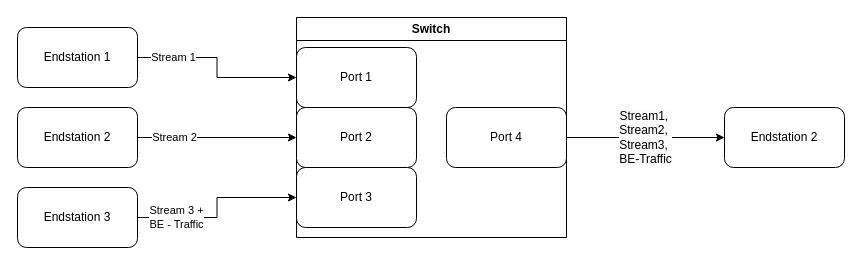
The draw.io diagram static/images/traffic-shaping-routing.drawio in avb-academy/avb_academy, before the edit. Source tidied: cells renumbered, new cells numbered last; positions are measured from the earlier drawing's top-left corner, leaving out a move shared by most shapes. Both pictures are drawn from the tidied source at 100%, with x=0, y=0 at pixel (17, 17).
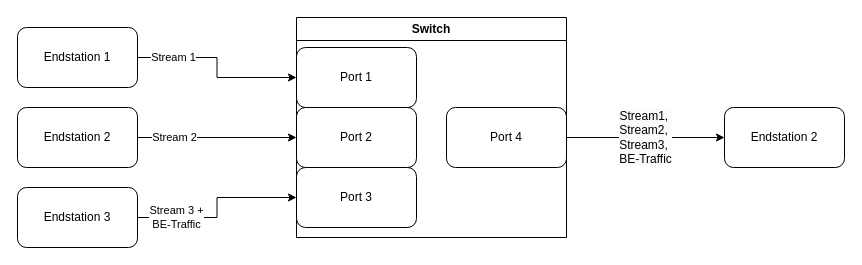
The same diagram, later.

The edit, as a diff of the source:
```diff
@@
 <mxGraphModel>
   <root>
     <mxCell id="0" />
     <mxCell id="1" parent="0" />
     <mxCell id="2" value="Stream 1" style="edgeStyle=orthogonalEdgeStyle;rounded=0;jettySize=auto;html=1;exitX=1;exitY=0.5;exitDx=0;exitDy=0;entryX=0;entryY=0.5;entryDx=0;entryDy=0;" parent="1" edge="1" source="3" target="9">
       <mxGeometry x="-0.6" relative="1" as="geometry" />
     </mxCell>
     <mxCell id="3" value="Endstation 1" style="rounded=1;whiteSpace=wrap;html=1;" parent="1" vertex="1">
       <mxGeometry y="10" width="120" height="60" as="geometry" />
     </mxCell>
     <mxCell id="4" value="Stream 2" style="edgeStyle=orthogonalEdgeStyle;rounded=0;jettySize=auto;html=1;exitX=1;exitY=0.5;exitDx=0;exitDy=0;" parent="1" edge="1" source="5" target="10">
       <mxGeometry x="-0.53" relative="1" as="geometry" />
     </mxCell>
     <mxCell id="5" value="Endstation 2" style="rounded=1;whiteSpace=wrap;html=1;" parent="1" vertex="1">
       <mxGeometry y="90" width="120" height="60" as="geometry" />
     </mxCell>
-    <mxCell id="6" value="Stream 3 +&lt;br&gt;&lt;div&gt;BE - Traffic&lt;/div&gt;" style="edgeStyle=orthogonalEdgeStyle;rounded=0;jettySize=auto;html=1;exitX=1;exitY=0.5;exitDx=0;exitDy=0;entryX=0;entryY=0.5;entryDx=0;entryDy=0;" parent="1" edge="1" source="7" target="11">
+    <mxCell id="6" value="Stream 3 +&lt;br&gt;&lt;div&gt;BE-Traffic&lt;/div&gt;" style="edgeStyle=orthogonalEdgeStyle;rounded=0;jettySize=auto;html=1;exitX=1;exitY=0.5;exitDx=0;exitDy=0;entryX=0;entryY=0.5;entryDx=0;entryDy=0;" parent="1" edge="1" source="7" target="11">
       <mxGeometry x="-0.56" relative="1" as="geometry" />
     </mxCell>
     <mxCell id="7" value="Endstation 3" style="rounded=1;whiteSpace=wrap;html=1;" parent="1" vertex="1">
       <mxGeometry y="170" width="120" height="60" as="geometry" />
     </mxCell>
     <mxCell id="8" value="Switch" style="swimlane;whiteSpace=wrap;html=1;" parent="1" vertex="1">
       <mxGeometry x="279" width="270" height="220" as="geometry" />
     </mxCell>
     <mxCell id="9" value="Port 1" style="rounded=1;whiteSpace=wrap;html=1;" parent="8" vertex="1">
       <mxGeometry y="30" width="120" height="60" as="geometry" />
     </mxCell>
     <mxCell id="10" value="Port 2" style="rounded=1;whiteSpace=wrap;html=1;" parent="8" vertex="1">
       <mxGeometry y="90" width="120" height="60" as="geometry" />
     </mxCell>
     <mxCell id="11" value="Port 3" style="rounded=1;whiteSpace=wrap;html=1;" parent="8" vertex="1">
       <mxGeometry y="150" width="120" height="60" as="geometry" />
     </mxCell>
     <mxCell id="12" value="Port 4" style="rounded=1;whiteSpace=wrap;html=1;" parent="8" vertex="1">
       <mxGeometry x="150" y="90" width="120" height="60" as="geometry" />
     </mxCell>
     <mxCell id="13" value="Endstation 2" style="rounded=1;whiteSpace=wrap;html=1;" parent="1" vertex="1">
       <mxGeometry x="707" y="90" width="120" height="60" as="geometry" />
     </mxCell>
     <mxCell id="14" value="&lt;span style=&quot;font-size: 12px; text-align: left; background-color: rgb(251, 251, 251);&quot;&gt;Stream1,&amp;nbsp;&lt;/span&gt;&lt;div style=&quot;font-size: 12px; text-align: left; background-color: rgb(251, 251, 251);&quot;&gt;&lt;span style=&quot;background-color: transparent; color: light-dark(rgb(0, 0, 0), rgb(255, 255, 255));&quot;&gt;Stream2,&amp;nbsp;&lt;/span&gt;&lt;div&gt;&lt;span style=&quot;background-color: transparent; color: light-dark(rgb(0, 0, 0), rgb(255, 255, 255));&quot;&gt;Stream3,&lt;/span&gt;&lt;/div&gt;&lt;/div&gt;&lt;div style=&quot;font-size: 12px; text-align: left; background-color: rgb(251, 251, 251);&quot;&gt;BE-Traffic&lt;/div&gt;" style="edgeStyle=orthogonalEdgeStyle;rounded=0;jettySize=auto;html=1;exitX=1;exitY=0.5;exitDx=0;exitDy=0;entryX=0;entryY=0.5;entryDx=0;entryDy=0;" parent="1" edge="1" source="12" target="13">
       <mxGeometry relative="1" as="geometry" />
     </mxCell>
   </root>
 </mxGraphModel>
```
